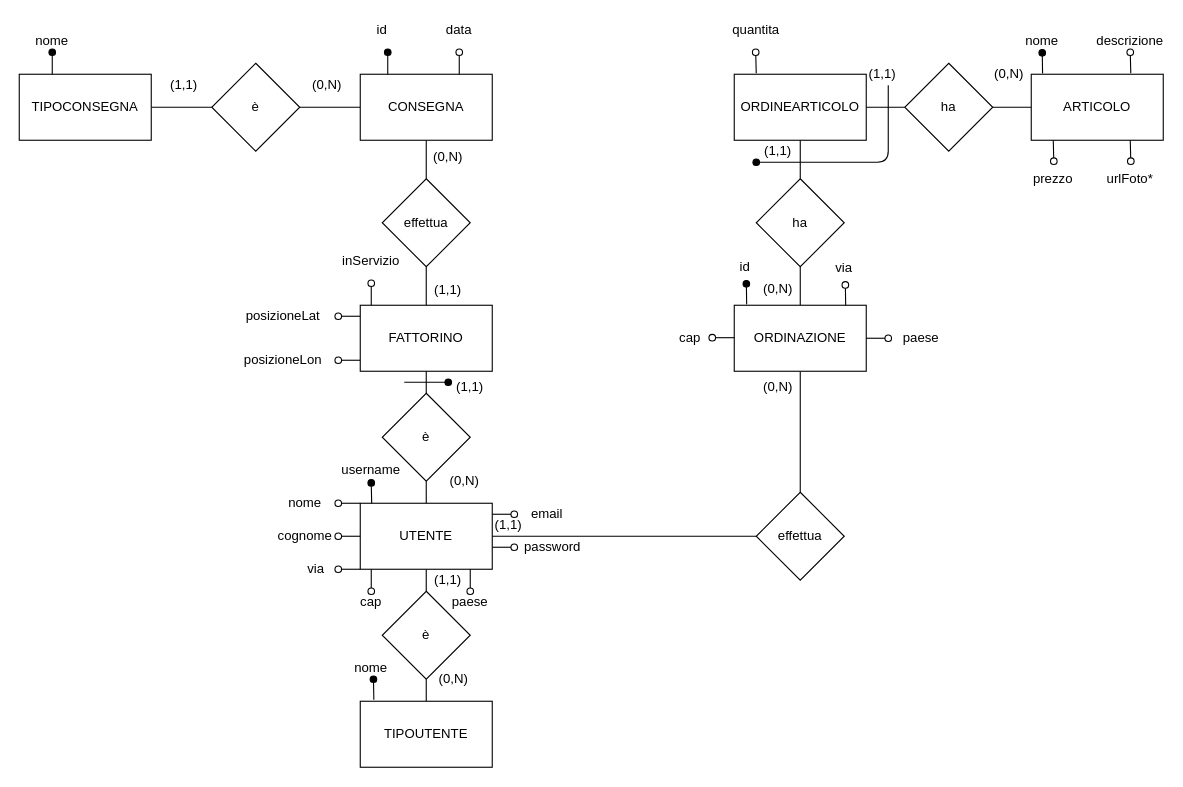
This is media/DB/ER_DB_PizzaDelivery.drawio from JariNaeser/PizzaDelivery, a draw.io file, before an edit. Source tidied: cells renumbered, new cells numbered last; positions are measured from the earlier drawing's top-left corner, leaving out a move shared by most shapes. Both pictures are drawn from the tidied source at 110%, with x=0, y=0 at pixel (19, 19).
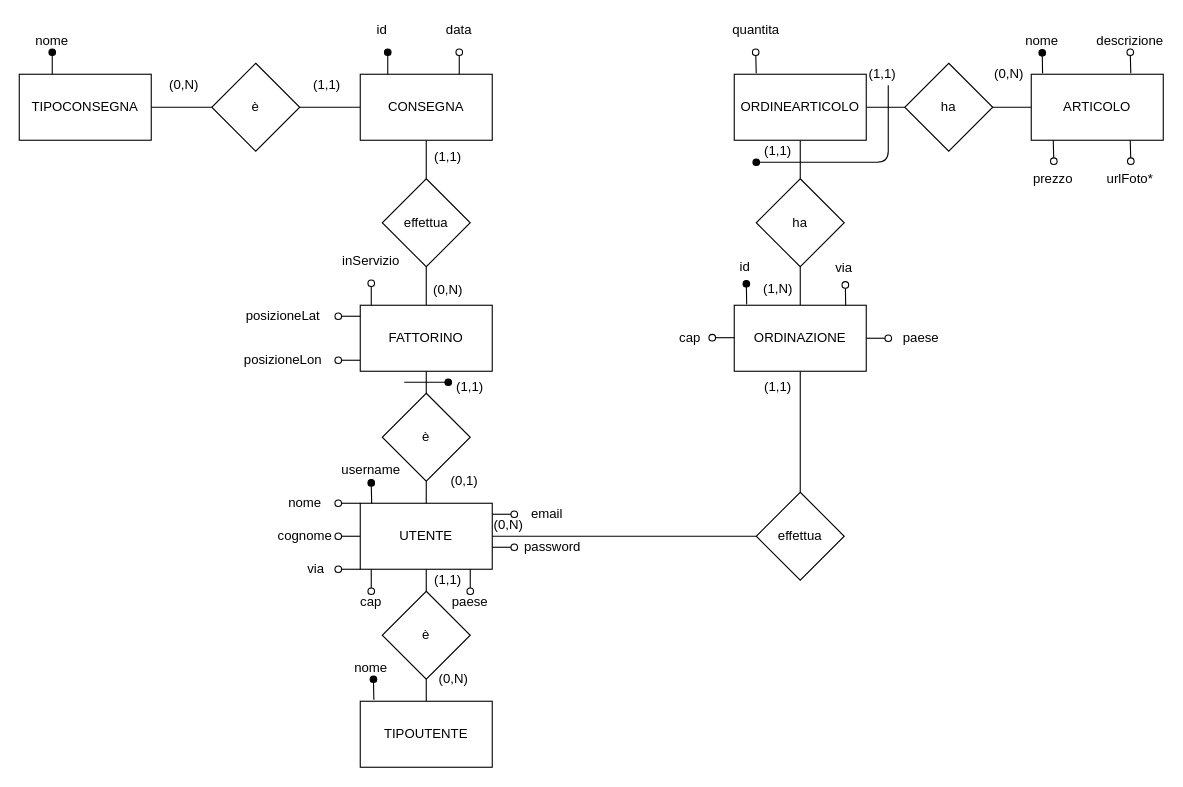
After the change.

Commit message (it also covers changes not shown here):
Update DB folder content

Diff of the diagram source:
```diff
@@
-    <mxCell id="81" value="(1,1)" style="text;html=1;strokeColor=none;fillColor=none;align=center;verticalAlign=middle;whiteSpace=wrap;rounded=0;" parent="1" vertex="1">
+    <mxCell id="81" value="(0,N)" style="text;html=1;strokeColor=none;fillColor=none;align=center;verticalAlign=middle;whiteSpace=wrap;rounded=0;" parent="1" vertex="1">
       <mxGeometry x="130" y="50" width="40" height="20" as="geometry" />
     </mxCell>
-    <mxCell id="82" value="(0,N)" style="text;html=1;strokeColor=none;fillColor=none;align=center;verticalAlign=middle;whiteSpace=wrap;rounded=0;" parent="1" vertex="1">
+    <mxCell id="82" value="(1,1)" style="text;html=1;strokeColor=none;fillColor=none;align=center;verticalAlign=middle;whiteSpace=wrap;rounded=0;" parent="1" vertex="1">
       <mxGeometry x="260" y="50" width="40" height="20" as="geometry" />
     </mxCell>
-    <mxCell id="83" value="(0,N)" style="text;html=1;strokeColor=none;fillColor=none;align=center;verticalAlign=middle;whiteSpace=wrap;rounded=0;" parent="1" vertex="1">
+    <mxCell id="83" value="(1,1)" style="text;html=1;strokeColor=none;fillColor=none;align=center;verticalAlign=middle;whiteSpace=wrap;rounded=0;" parent="1" vertex="1">
       <mxGeometry x="370" y="115" width="40" height="20" as="geometry" />
     </mxCell>
-    <mxCell id="84" value="(1,1)" style="text;html=1;strokeColor=none;fillColor=none;align=center;verticalAlign=middle;whiteSpace=wrap;rounded=0;" parent="1" vertex="1">
+    <mxCell id="84" value="(0,N)" style="text;html=1;strokeColor=none;fillColor=none;align=center;verticalAlign=middle;whiteSpace=wrap;rounded=0;" parent="1" vertex="1">
       <mxGeometry x="370" y="236" width="40" height="20" as="geometry" />
     </mxCell>
@@
-    <mxCell id="86" value="(0,N)" style="text;html=1;strokeColor=none;fillColor=none;align=center;verticalAlign=middle;whiteSpace=wrap;rounded=0;" parent="1" vertex="1">
+    <mxCell id="86" value="(0,1)" style="text;html=1;strokeColor=none;fillColor=none;align=center;verticalAlign=middle;whiteSpace=wrap;rounded=0;" parent="1" vertex="1">
       <mxGeometry x="384.5" y="410" width="40" height="20" as="geometry" />
     </mxCell>
@@
-    <mxCell id="89" value="(0,N)" style="text;html=1;strokeColor=none;fillColor=none;align=center;verticalAlign=middle;whiteSpace=wrap;rounded=0;" parent="1" vertex="1">
+    <mxCell id="89" value="(1,1)" style="text;html=1;strokeColor=none;fillColor=none;align=center;verticalAlign=middle;whiteSpace=wrap;rounded=0;" parent="1" vertex="1">
       <mxGeometry x="670" y="323.5" width="40" height="20" as="geometry" />
     </mxCell>
-    <mxCell id="90" value="(1,1)" style="text;html=1;strokeColor=none;fillColor=none;align=center;verticalAlign=middle;whiteSpace=wrap;rounded=0;" parent="1" vertex="1">
+    <mxCell id="90" value="(0,N)" style="text;html=1;strokeColor=none;fillColor=none;align=center;verticalAlign=middle;whiteSpace=wrap;rounded=0;" parent="1" vertex="1">
       <mxGeometry x="424.5" y="450" width="40" height="20" as="geometry" />
     </mxCell>
-    <mxCell id="91" value="(0,N)" style="text;html=1;strokeColor=none;fillColor=none;align=center;verticalAlign=middle;whiteSpace=wrap;rounded=0;" parent="1" vertex="1">
+    <mxCell id="91" value="(1,N)" style="text;html=1;strokeColor=none;fillColor=none;align=center;verticalAlign=middle;whiteSpace=wrap;rounded=0;" parent="1" vertex="1">
       <mxGeometry x="670" y="235" width="40" height="20" as="geometry" />
     </mxCell>
```
